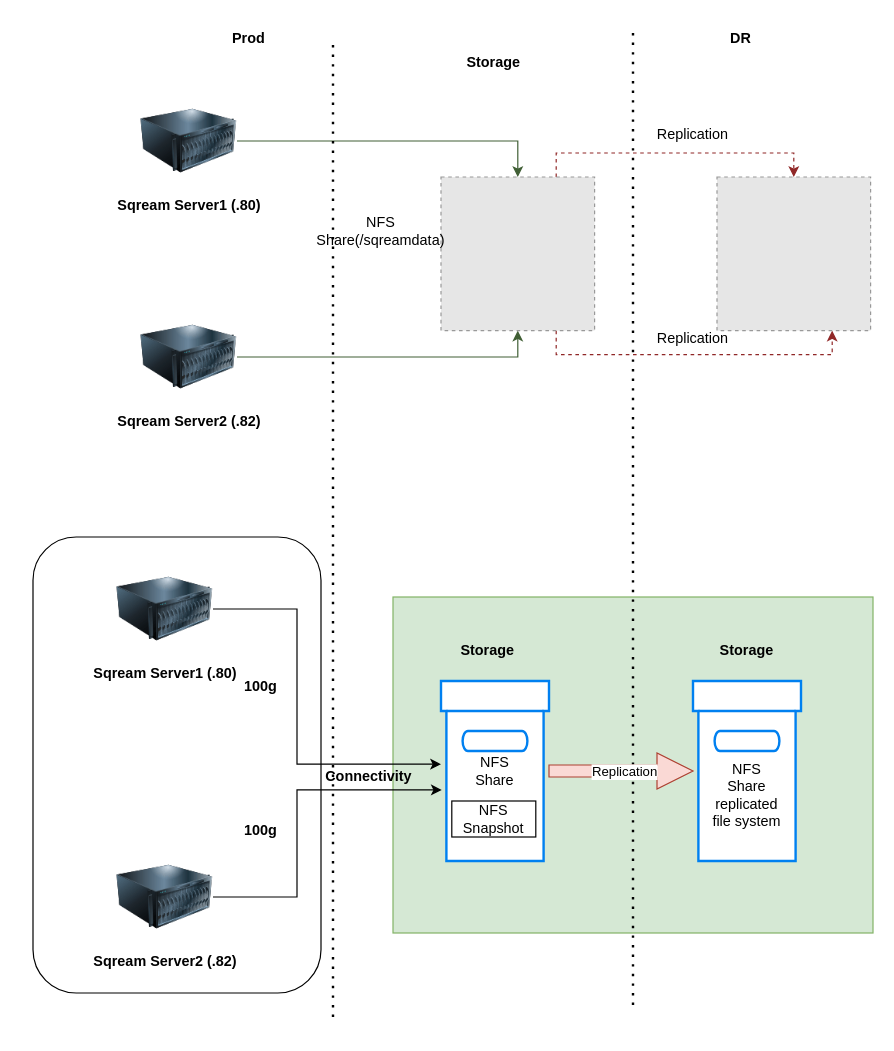
Before: Sqream Clustering Architecture.drawio in Olson-Bytz/ITDiagrams, a draw.io diagram. Source tidied: cells renumbered, new cells numbered last; positions are measured from the earlier drawing's top-left corner, leaving out a move shared by most shapes. Both pictures are drawn from the tidied source at 120%, with x=0, y=0 at pixel (32, 20). Pictures stored in the file or linked from it are replaced by grey dashed boxes.
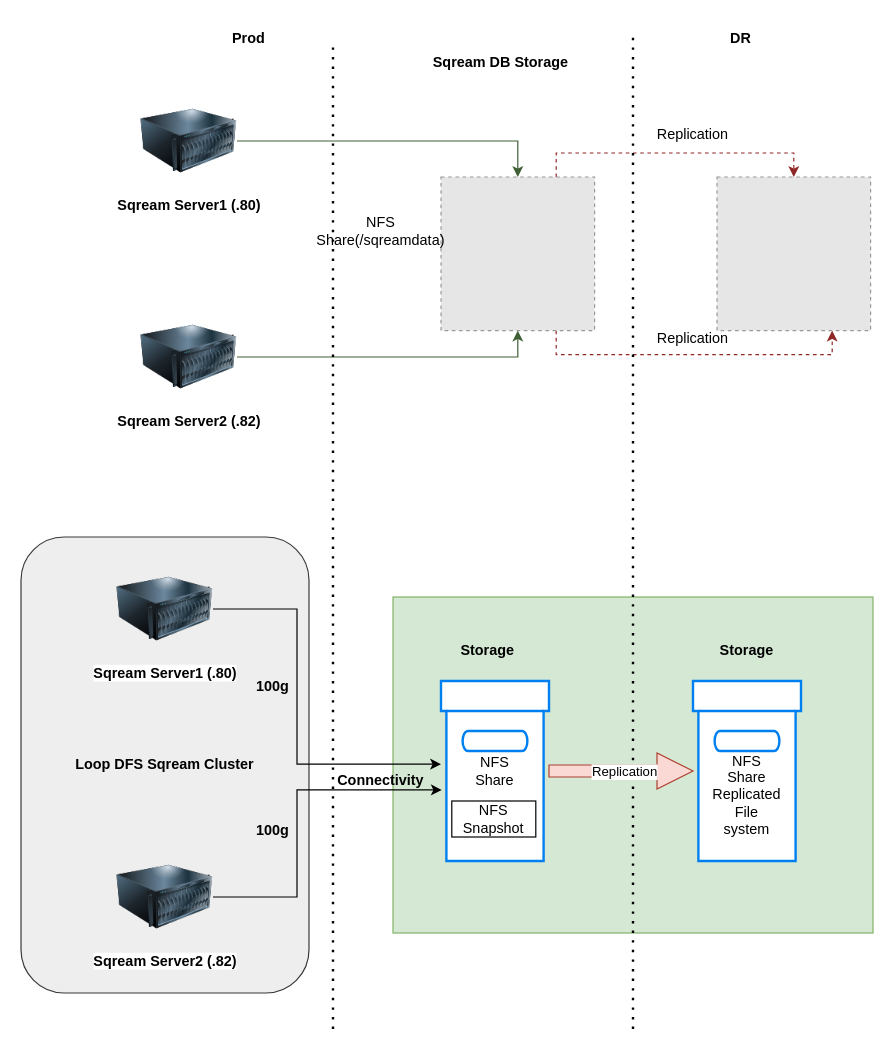
The same page after the edit.

Diff of the diagram source:
```diff
@@
-    <mxCell id="2" style="rounded=1;whiteSpace=wrap;html=1;" parent="1" vertex="1">
-      <mxGeometry y="430" width="240" height="380" as="geometry" />
+    <mxCell id="2" value="&lt;b&gt;Loop DFS Sqream Cluster&lt;/b&gt;" style="rounded=1;whiteSpace=wrap;html=1;fillColor=#eeeeee;strokeColor=#36393d;" parent="1" vertex="1">
+      <mxGeometry x="-10" y="430" width="240" height="380" as="geometry" />
     </mxCell>
@@
     <mxCell id="13" style="endArrow=none;dashed=1;html=1;dashPattern=1 3;strokeWidth=2;rounded=0;" parent="1" edge="1">
       <mxGeometry relative="1" as="geometry">
-        <mxPoint x="250" y="830" as="sourcePoint" />
+        <mxPoint x="250" y="840" as="sourcePoint" />
         <mxPoint x="250" y="20" as="targetPoint" />
       </mxGeometry>
     </mxCell>
-    <mxCell id="14" value="Storage" style="text;strokeColor=none;align=center;fillColor=none;html=1;verticalAlign=middle;whiteSpace=wrap;rounded=0;fontStyle=1;" parent="1" vertex="1">
-      <mxGeometry x="354" y="20" width="60" height="30" as="geometry" />
+    <mxCell id="14" value="Sqream DB Storage" style="text;strokeColor=none;align=center;fillColor=none;html=1;verticalAlign=middle;whiteSpace=wrap;rounded=0;fontStyle=1;" parent="1" vertex="1">
+      <mxGeometry x="320" y="20" width="140" height="30" as="geometry" />
     </mxCell>
     <mxCell id="15" style="endArrow=none;dashed=1;html=1;dashPattern=1 3;strokeWidth=2;rounded=0;" parent="1" edge="1">
       <mxGeometry relative="1" as="geometry">
-        <mxPoint x="500" y="820" as="sourcePoint" />
+        <mxPoint x="500" y="840" as="sourcePoint" />
         <mxPoint x="500" y="10" as="targetPoint" />
       </mxGeometry>
     </mxCell>
@@
     <mxCell id="27" value="100g" style="text;strokeColor=none;align=center;fillColor=none;html=1;verticalAlign=middle;whiteSpace=wrap;rounded=0;fontStyle=1;" parent="1" vertex="1">
-      <mxGeometry x="160" y="540" width="60" height="30" as="geometry" />
+      <mxGeometry x="170" y="540" width="60" height="30" as="geometry" />
     </mxCell>
     <mxCell id="28" value="100g" style="text;strokeColor=none;align=center;fillColor=none;html=1;verticalAlign=middle;whiteSpace=wrap;rounded=0;fontStyle=1;" parent="1" vertex="1">
-      <mxGeometry x="160" y="660" width="60" height="30" as="geometry" />
+      <mxGeometry x="170" y="660" width="60" height="30" as="geometry" />
     </mxCell>
@@
-    <mxCell id="33" value="NFS Share replicated file system" style="text;strokeColor=none;align=center;fillColor=none;html=1;verticalAlign=middle;whiteSpace=wrap;rounded=0;" parent="1" vertex="1">
+    <mxCell id="33" value="NFS Share Replicated File system" style="text;strokeColor=none;align=center;fillColor=none;html=1;verticalAlign=middle;whiteSpace=wrap;rounded=0;" parent="1" vertex="1">
       <mxGeometry x="565" y="630" width="60" height="30" as="geometry" />
     </mxCell>
     <mxCell id="34" value="Connectivity" style="text;strokeColor=none;align=center;fillColor=none;html=1;verticalAlign=middle;whiteSpace=wrap;rounded=0;fontStyle=1;" parent="1" vertex="1">
-      <mxGeometry x="250" y="620" width="60" height="20" as="geometry" />
+      <mxGeometry x="260" y="625" width="60" height="15" as="geometry" />
     </mxCell>
```
